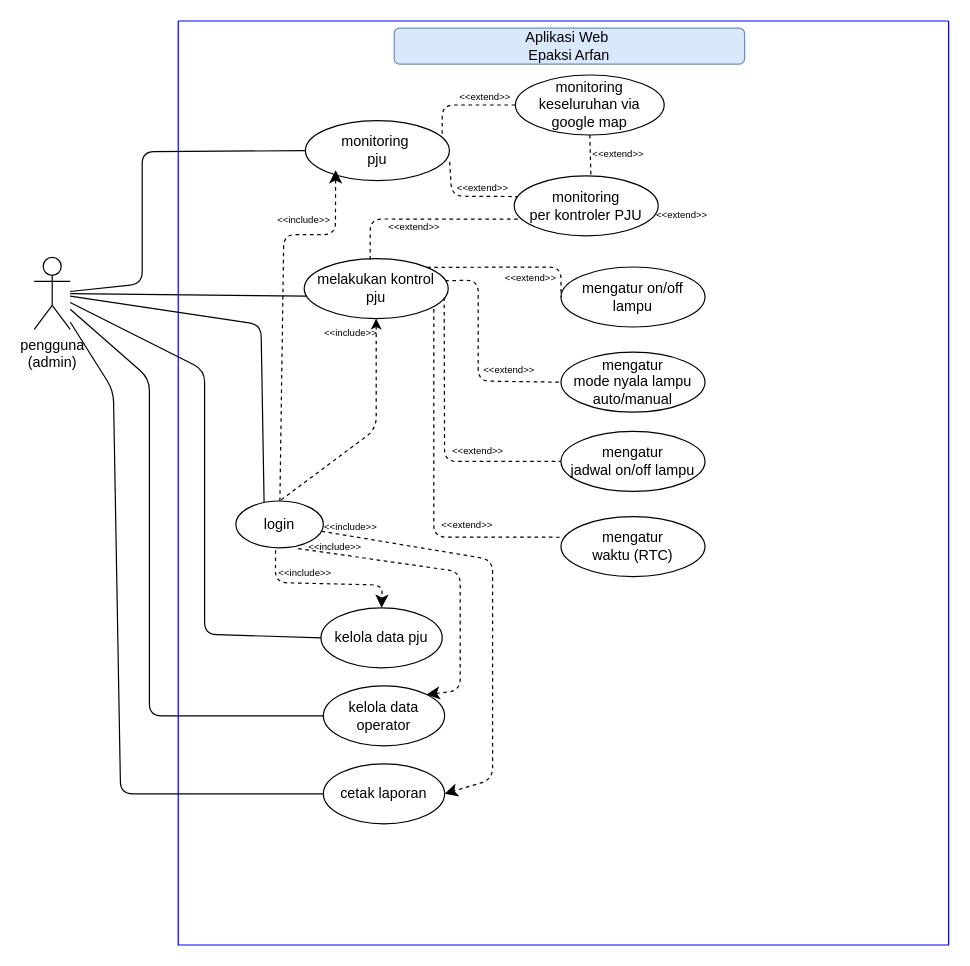
eenattayani/desain keeps this draw.io diagram as Epaksi Arfan.drawio. Above is the earlier version. Source tidied: cells renumbered, new cells numbered last; positions are measured from the earlier drawing's top-left corner, leaving out a move shared by most shapes. Both pictures are drawn from the tidied source at 120%, with x=0, y=0 at pixel (34, 20).
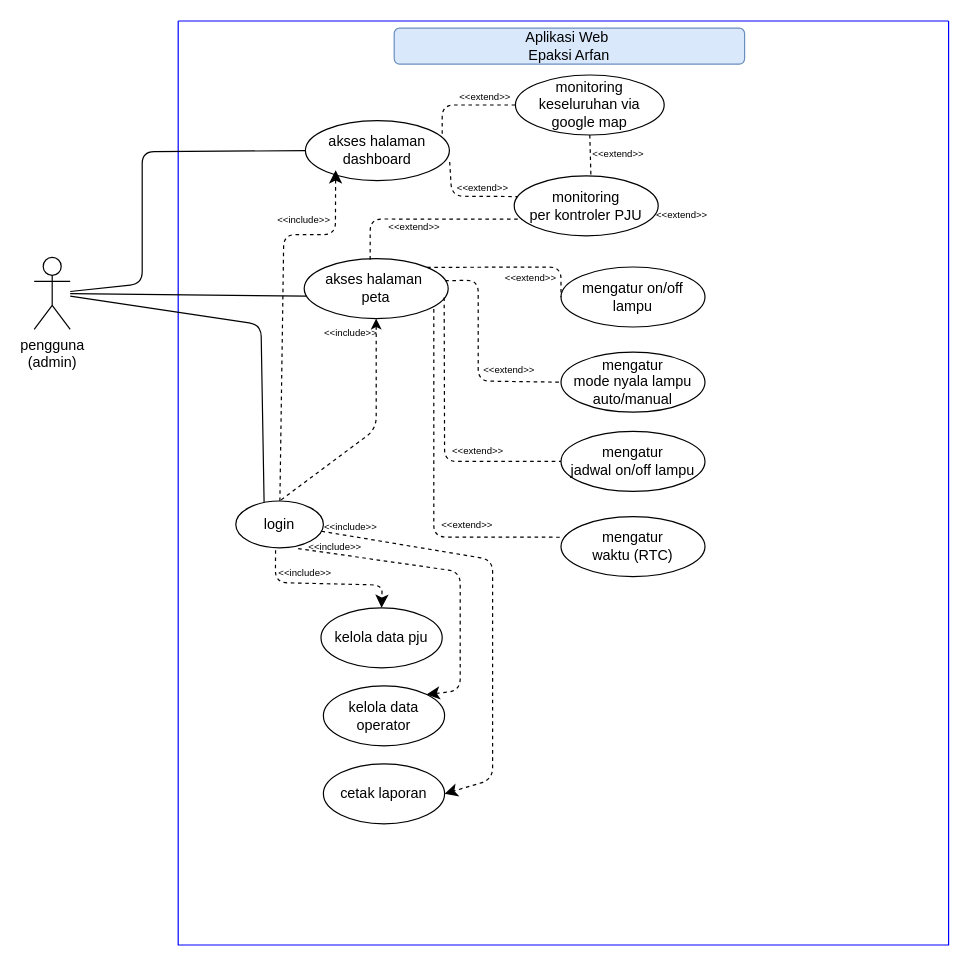
The same page after the edit.

The change refers to these unchanged cells:
```xml
<mxCell id="2" style="swimlane;startSize=0;fillColor=#fff2cc;strokeColor=#0000FF;" parent="1" vertex="1">
  <mxGeometry x="120" width="642" height="770" as="geometry" />
</mxCell>
<mxCell id="33" value="kelola data pju" style="ellipse;whiteSpace=wrap;html=1;" parent="2" vertex="1">
  <mxGeometry x="119" y="489" width="101" height="50" as="geometry" />
</mxCell>
<mxCell id="39" value="kelola data operator" style="ellipse;whiteSpace=wrap;html=1;" parent="2" vertex="1">
  <mxGeometry x="121" y="554" width="101" height="50" as="geometry" />
</mxCell>
<mxCell id="40" value="cetak laporan" style="ellipse;whiteSpace=wrap;html=1;" parent="2" vertex="1">
  <mxGeometry x="121" y="619" width="101" height="50" as="geometry" />
</mxCell>
<mxCell id="47" value="pengguna&lt;div&gt;(admin)&lt;/div&gt;" style="shape=umlActor;verticalLabelPosition=bottom;verticalAlign=top;html=1;outlineConnect=0;" parent="1" vertex="1">
  <mxGeometry y="197" width="30" height="60" as="geometry" />
</mxCell>
```

What changed in the source:
```diff
@@
-    <mxCell id="3" value="monitoring&amp;nbsp;&lt;div&gt;pju&lt;/div&gt;" style="ellipse;whiteSpace=wrap;html=1;" parent="2" vertex="1">
+    <mxCell id="3" value="akses halaman dashboard" style="ellipse;whiteSpace=wrap;html=1;" parent="2" vertex="1">
       <mxGeometry x="106" y="83" width="120" height="50" as="geometry" />
     </mxCell>
@@
-    <mxCell id="7" value="melakukan kontrol&lt;div&gt;pju&lt;/div&gt;" style="ellipse;whiteSpace=wrap;html=1;" parent="2" vertex="1">
+    <mxCell id="7" value="akses halaman&amp;nbsp;&lt;div&gt;peta&lt;/div&gt;" style="ellipse;whiteSpace=wrap;html=1;" parent="2" vertex="1">
       <mxGeometry x="105" y="198" width="120" height="50" as="geometry" />
     </mxCell>
@@
-    <mxCell id="44" style="edgeStyle=none;curved=0;rounded=1;jettySize=auto;html=1;entryX=0;entryY=0.5;entryDx=0;entryDy=0;fontSize=12;startSize=8;endSize=8;endArrow=none;endFill=0;" parent="1" edge="1" source="47" target="33">
-      <mxGeometry relative="1" as="geometry">
-        <Array as="points">
-          <mxPoint x="142" y="291" />
-          <mxPoint x="142" y="511" />
-        </Array>
-      </mxGeometry>
-    </mxCell>
-    <mxCell id="45" style="edgeStyle=none;curved=0;rounded=1;jettySize=auto;html=1;entryX=0;entryY=0.5;entryDx=0;entryDy=0;fontSize=12;startSize=8;endSize=8;endArrow=none;endFill=0;" parent="1" edge="1" source="47" target="39">
-      <mxGeometry relative="1" as="geometry">
-        <Array as="points">
-          <mxPoint x="96" y="298" />
-          <mxPoint x="96" y="579" />
-        </Array>
-      </mxGeometry>
-    </mxCell>
-    <mxCell id="46" style="edgeStyle=none;curved=0;rounded=1;jettySize=auto;html=1;entryX=0;entryY=0.5;entryDx=0;entryDy=0;fontSize=12;startSize=8;endSize=8;endArrow=none;endFill=0;" parent="1" edge="1" source="47" target="40">
-      <mxGeometry relative="1" as="geometry">
-        <Array as="points">
-          <mxPoint x="66" y="308" />
-          <mxPoint x="72" y="644" />
-        </Array>
-      </mxGeometry>
-    </mxCell>
```
